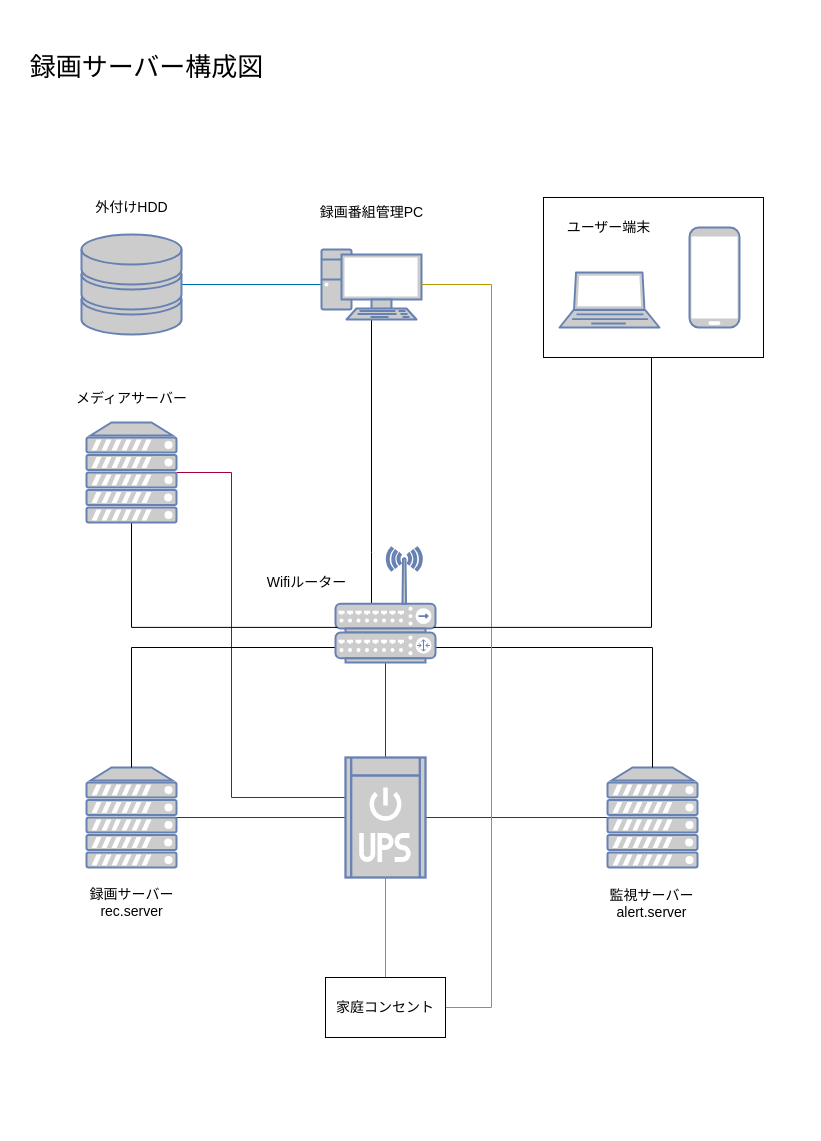
Junch25/drawio keeps this draw.io diagram as rec/rec.drawio. Above is the earlier version. Source tidied: cells renumbered, new cells numbered last; positions are measured from the earlier drawing's top-left corner, leaving out a move shared by most shapes. Both pictures are drawn from the tidied source at 100%, with x=0, y=0 at pixel (21, 47).
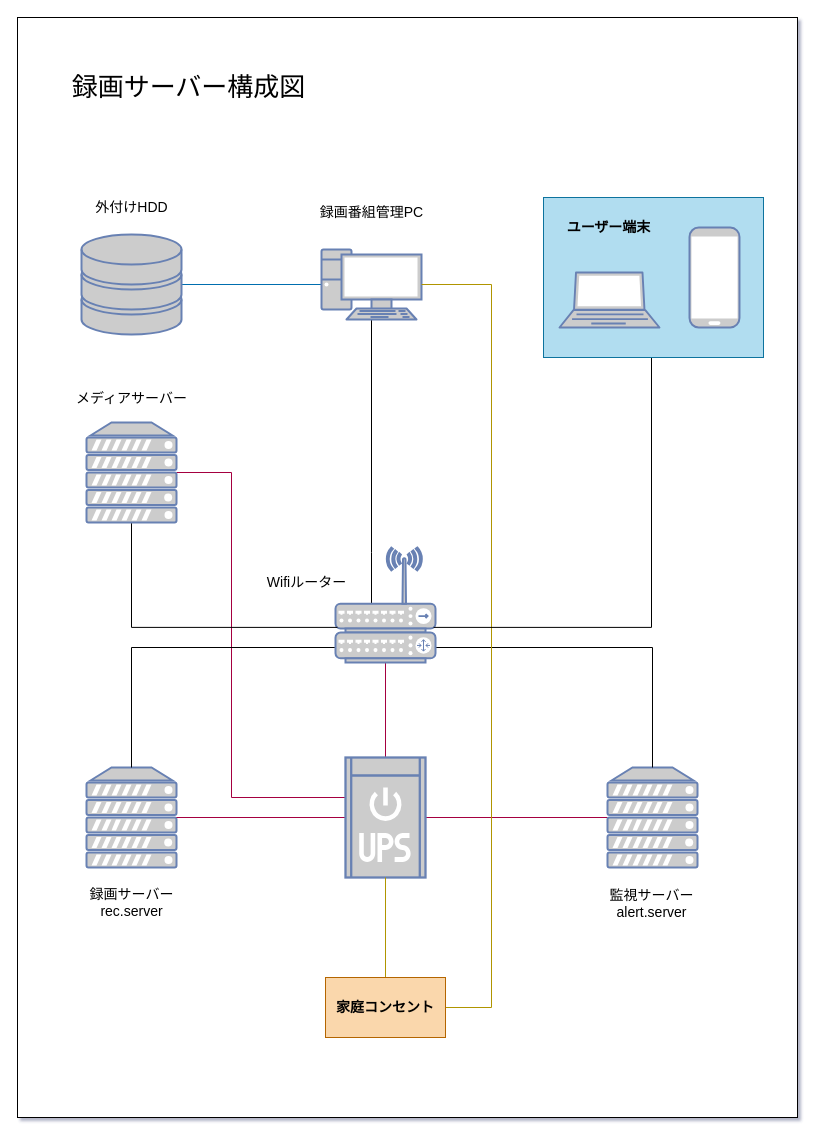
Above is the later version.

The edit, as a diff of the source:
```diff
@@
-<mxGraphModel>
+<mxGraphModel shadow="1">
@@
+    <mxCell id="38" parent="0" />
+    <mxCell id="39" style="whiteSpace=wrap;html=1;" parent="38" vertex="1">
+      <mxGeometry x="-4" y="-30" width="780" height="1100" as="geometry" />
+    </mxCell>
@@
     <mxCell id="2" value="録画サーバー構成図" style="text;html=1;align=center;verticalAlign=middle;fontSize=26;" parent="1" vertex="1">
-      <mxGeometry width="250" height="40" as="geometry" />
+      <mxGeometry x="42" y="20" width="250" height="40" as="geometry" />
     </mxCell>
@@
-    <mxCell id="28" value="家庭コンセント" style="whiteSpace=wrap;html=1;fontSize=14;" parent="19" vertex="1">
+    <mxCell id="28" value="家庭コンセント" style="whiteSpace=wrap;html=1;fontSize=14;fillColor=#fad7ac;strokeColor=#b46504;fontStyle=1;fontColor=#000000;" parent="19" vertex="1">
       <mxGeometry x="304" y="930" width="120" height="60" as="geometry" />
     </mxCell>
@@
-    <mxCell id="34" style="whiteSpace=wrap;html=1;fontSize=14;" parent="32" vertex="1">
+    <mxCell id="34" style="whiteSpace=wrap;html=1;fontSize=14;fillColor=#b1ddf0;strokeColor=#10739e;fontColor=#000000;" parent="32" vertex="1">
       <mxGeometry x="522" y="150" width="220" height="160" as="geometry" />
     </mxCell>
@@
-    <mxCell id="37" value="ユーザー端末" style="text;html=1;align=center;verticalAlign=middle;fontSize=14;" parent="32" vertex="1">
+    <mxCell id="37" value="ユーザー端末" style="text;html=1;align=center;verticalAlign=middle;fontSize=14;fontColor=#000000;fontStyle=1;" parent="32" vertex="1">
       <mxGeometry x="537" y="170" width="100" height="20" as="geometry" />
     </mxCell>
```
